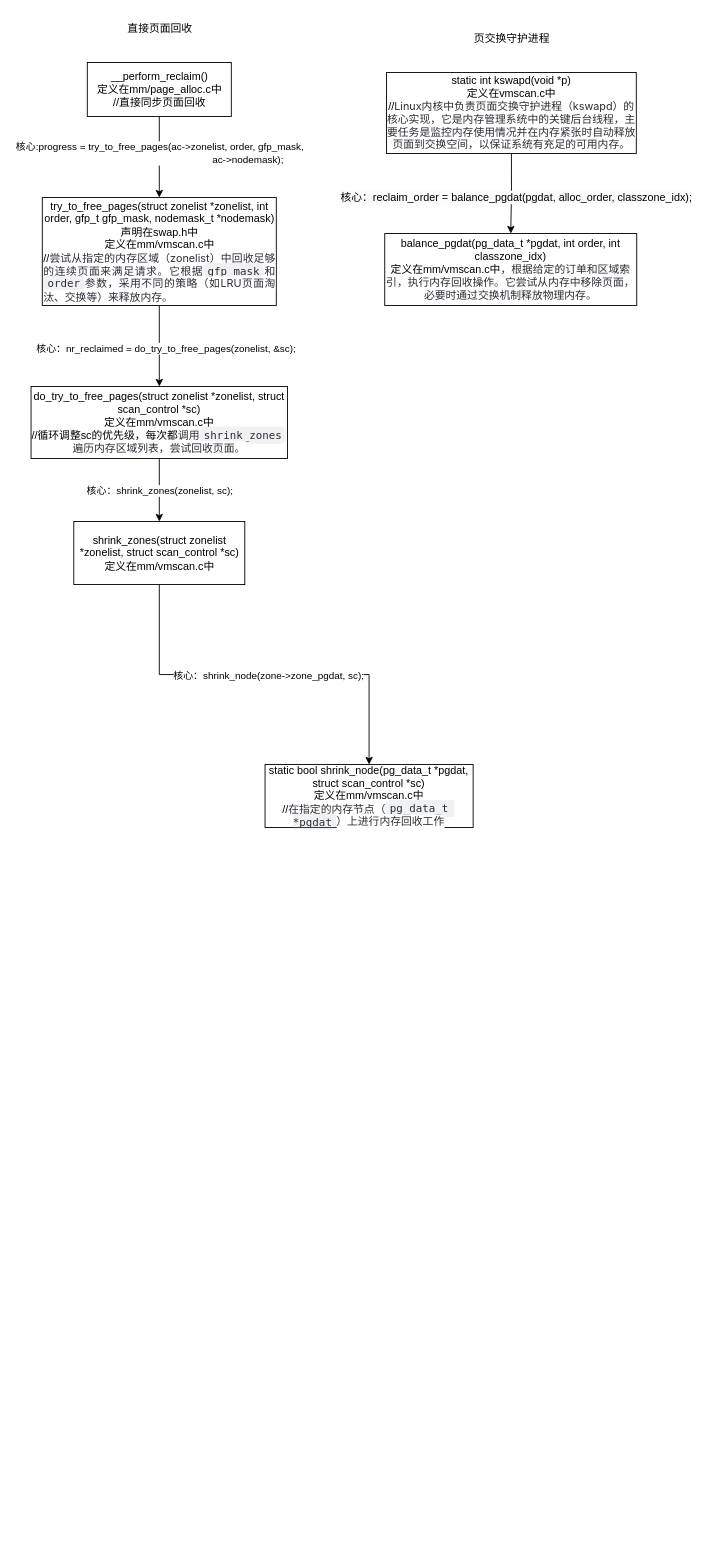
This is 2024/Lab1.drawio from AAAdrift/AAAdrift.github.io, a draw.io file, before an edit. Source tidied: cells renumbered, new cells numbered last; positions are measured from the earlier drawing's top-left corner, leaving out a move shared by most shapes. Both pictures are drawn from the tidied source at 90%, with x=0, y=0 at pixel (31, 15).
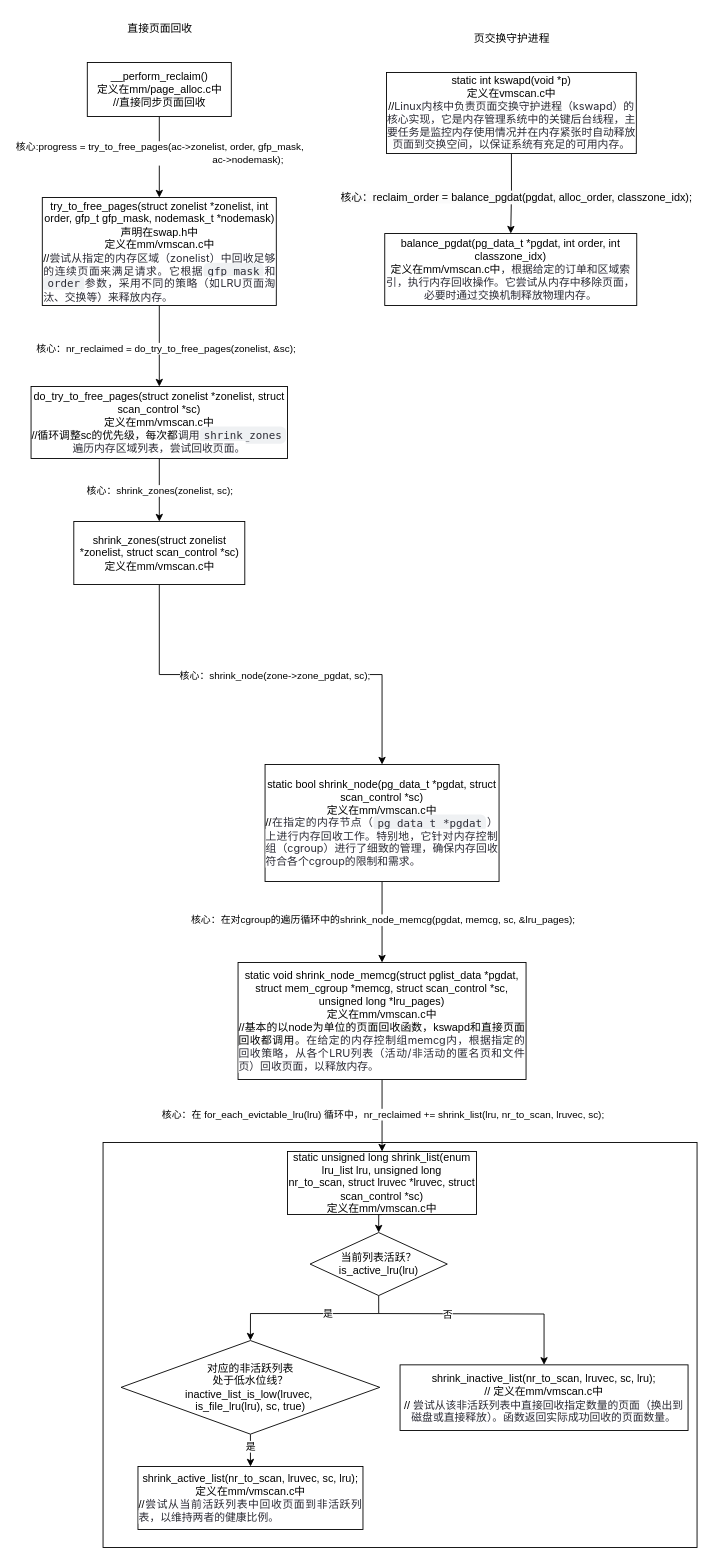
Above is the later version.

Diff of the diagram source:
```diff
@@
+    <mxCell id="21" style="rounded=0;whiteSpace=wrap;html=1;labelBackgroundColor=none;textShadow=0;textOpacity=0;fillColor=none;" parent="1" vertex="1">
+      <mxGeometry x="80" y="1252" width="660" height="450" as="geometry" />
+    </mxCell>
@@
+    <mxCell id="22" style="edgeStyle=orthogonalEdgeStyle;rounded=0;jettySize=auto;html=1;exitX=0.5;exitY=1;exitDx=0;exitDy=0;entryX=0.5;entryY=0;entryDx=0;entryDy=0;" parent="1" edge="1" source="20" target="26">
+      <mxGeometry relative="1" as="geometry" />
+    </mxCell>
+    <mxCell id="23" value="核心：在对cgroup的遍历循环中的shrink_node_memcg(pgdat, memcg, sc, &amp;amp;lru_pages);" style="edgeLabel;html=1;align=center;verticalAlign=middle;" parent="22" vertex="1">
+      <mxGeometry x="-0.07" relative="1" as="geometry" />
+    </mxCell>
-    <mxCell id="20" value="static bool shrink_node(pg_data_t *pgdat, struct scan_control *sc)&lt;div&gt;定义在mm/vmscan.c中&lt;/div&gt;&lt;div&gt;//&lt;font style=&quot;font-size: 12px;&quot;&gt;&lt;span style=&quot;white-space-collapse: preserve; color: rgb(44, 44, 54); font-family: -apple-system, BlinkMacSystemFont, &amp;quot;Segoe UI&amp;quot;, &amp;quot;Noto Sans&amp;quot;, Helvetica, Arial, sans-serif, &amp;quot;Apple Color Emoji&amp;quot;, &amp;quot;Segoe UI Emoji&amp;quot;; text-align: start; background-color: rgb(255, 255, 255);&quot;&gt;在指定的内存节点（&lt;/span&gt;&lt;code style=&quot;white-space-collapse: break-spaces; box-sizing: border-box; --un-rotate: 0; --un-rotate-x: 0; --un-rotate-y: 0; --un-rotate-z: 0; --un-scale-x: 1; --un-scale-y: 1; --un-scale-z: 1; --un-skew-x: 0; --un-skew-y: 0; --un-translate-x: 0; --un-translate-y: 0; --un-translate-z: 0; --un-pan-x: ; --un-pan-y: ; --un-pinch-zoom: ; --un-scroll-snap-strictness: proximity; --un-ordinal: ; --un-slashed-zero: ; --un-numeric-figure: ; --un-numeric-spacing: ; --un-numeric-fraction: ; --un-border-spacing-x: 0; --un-border-spacing-y: 0; --un-ring-offset-shadow: 0 0 transparent; --un-ring-shadow: 0 0 transparent; --un-shadow-inset: ; --un-shadow: 0 0 transparent; --un-ring-inset: ; --un-ring-offset-width: 0px; --un-ring-offset-color: #fff; --un-ring-width: 0px; --un-ring-color: rgba(147,197,253,.5); --un-blur: ; --un-brightness: ; --un-contrast: ; --un-drop-shadow: ; --un-grayscale: ; --un-hue-rotate: ; --un-invert: ; --un-saturate: ; --un-sepia: ; --un-backdrop-blur: ; --un-backdrop-brightness: ; --un-backdrop-contrast: ; --un-backdrop-grayscale: ; --un-backdrop-hue-rotate: ; --un-backdrop-invert: ; --un-backdrop-opacity: ; --un-backdrop-saturate: ; --un-backdrop-sepia: ; font-family: ui-monospace, SFMono-Regular, &amp;quot;SF Mono&amp;quot;, Menlo, Consolas, &amp;quot;Liberation Mono&amp;quot;, monospace; background-color: rgba(175, 184, 193, 0.2); border-radius: 6px; margin: 0px; padding: 0.2em 0.4em; color: rgb(44, 44, 54); text-align: start;&quot;&gt;pg_data_t *pgdat&lt;/code&gt;&lt;span style=&quot;white-space-collapse: preserve; color: rgb(44, 44, 54); font-family: -apple-system, BlinkMacSystemFont, &amp;quot;Segoe UI&amp;quot;, &amp;quot;Noto Sans&amp;quot;, Helvetica, Arial, sans-serif, &amp;quot;Apple Color Emoji&amp;quot;, &amp;quot;Segoe UI Emoji&amp;quot;; text-align: start; background-color: rgb(255, 255, 255);&quot;&gt;）上进行内存回收工作&lt;/span&gt;&lt;/font&gt;&lt;/div&gt;" style="rounded=0;whiteSpace=wrap;html=1;" parent="1" vertex="1">
-      <mxGeometry x="260" y="832" width="231.2" height="70" as="geometry" />
+    <mxCell id="20" value="static bool shrink_node(pg_data_t *pgdat, struct scan_control *sc)&lt;div&gt;定义在mm/vmscan.c中&lt;/div&gt;&lt;div style=&quot;text-align: justify;&quot;&gt;//&lt;font style=&quot;font-size: 12px;&quot;&gt;&lt;span style=&quot;white-space-collapse: preserve; color: rgb(44, 44, 54); font-family: -apple-system, BlinkMacSystemFont, &amp;quot;Segoe UI&amp;quot;, &amp;quot;Noto Sans&amp;quot;, Helvetica, Arial, sans-serif, &amp;quot;Apple Color Emoji&amp;quot;, &amp;quot;Segoe UI Emoji&amp;quot;; text-align: start; background-color: rgb(255, 255, 255);&quot;&gt;在指定的内存节点（&lt;/span&gt;&lt;code style=&quot;white-space-collapse: break-spaces; box-sizing: border-box; --un-rotate: 0; --un-rotate-x: 0; --un-rotate-y: 0; --un-rotate-z: 0; --un-scale-x: 1; --un-scale-y: 1; --un-scale-z: 1; --un-skew-x: 0; --un-skew-y: 0; --un-translate-x: 0; --un-translate-y: 0; --un-translate-z: 0; --un-pan-x: ; --un-pan-y: ; --un-pinch-zoom: ; --un-scroll-snap-strictness: proximity; --un-ordinal: ; --un-slashed-zero: ; --un-numeric-figure: ; --un-numeric-spacing: ; --un-numeric-fraction: ; --un-border-spacing-x: 0; --un-border-spacing-y: 0; --un-ring-offset-shadow: 0 0 transparent; --un-ring-shadow: 0 0 transparent; --un-shadow-inset: ; --un-shadow: 0 0 transparent; --un-ring-inset: ; --un-ring-offset-width: 0px; --un-ring-offset-color: #fff; --un-ring-width: 0px; --un-ring-color: rgba(147,197,253,.5); --un-blur: ; --un-brightness: ; --un-contrast: ; --un-drop-shadow: ; --un-grayscale: ; --un-hue-rotate: ; --un-invert: ; --un-saturate: ; --un-sepia: ; --un-backdrop-blur: ; --un-backdrop-brightness: ; --un-backdrop-contrast: ; --un-backdrop-grayscale: ; --un-backdrop-hue-rotate: ; --un-backdrop-invert: ; --un-backdrop-opacity: ; --un-backdrop-saturate: ; --un-backdrop-sepia: ; font-family: ui-monospace, SFMono-Regular, &amp;quot;SF Mono&amp;quot;, Menlo, Consolas, &amp;quot;Liberation Mono&amp;quot;, monospace; background-color: rgba(175, 184, 193, 0.2); border-radius: 6px; margin: 0px; padding: 0.2em 0.4em; color: rgb(44, 44, 54); text-align: start;&quot;&gt;pg_data_t *pgdat&lt;/code&gt;&lt;span style=&quot;white-space-collapse: preserve; color: rgb(44, 44, 54); font-family: -apple-system, BlinkMacSystemFont, &amp;quot;Segoe UI&amp;quot;, &amp;quot;Noto Sans&amp;quot;, Helvetica, Arial, sans-serif, &amp;quot;Apple Color Emoji&amp;quot;, &amp;quot;Segoe UI Emoji&amp;quot;; text-align: start; background-color: rgb(255, 255, 255);&quot;&gt;）上进行内存回收工作。&lt;/span&gt;&lt;/font&gt;&lt;span style=&quot;background-color: rgb(255, 255, 255); color: rgb(44, 44, 54); font-family: -apple-system, BlinkMacSystemFont, &amp;quot;Segoe UI&amp;quot;, &amp;quot;Noto Sans&amp;quot;, Helvetica, Arial, sans-serif, &amp;quot;Apple Color Emoji&amp;quot;, &amp;quot;Segoe UI Emoji&amp;quot;; text-align: start; white-space-collapse: preserve;&quot;&gt;特别地，它针对内存控制组（cgroup）进行了细致的管理，确保内存回收符合各个cgroup的限制和需求。&lt;/span&gt;&lt;/div&gt;" style="rounded=0;whiteSpace=wrap;html=1;" parent="1" vertex="1">
+      <mxGeometry x="260" y="832" width="260" height="130" as="geometry" />
     </mxCell>
+    <mxCell id="24" style="edgeStyle=orthogonalEdgeStyle;rounded=0;jettySize=auto;html=1;exitX=0.5;exitY=1;exitDx=0;exitDy=0;" parent="1" edge="1" source="26" target="28">
+      <mxGeometry relative="1" as="geometry" />
+    </mxCell>
+    <mxCell id="25" value="&lt;div&gt;核心：在 for_each_evictable_lru(lru) 循环中，nr_reclaimed += shrink_list(lru, nr_to_scan, lruvec, sc);&lt;/div&gt;" style="edgeLabel;html=1;align=center;verticalAlign=middle;" parent="24" vertex="1">
+      <mxGeometry x="-0.04" relative="1" as="geometry" />
+    </mxCell>
+    <mxCell id="26" value="&lt;div&gt;static void shrink_node_memcg(struct pglist_data *pgdat, struct mem_cgroup *memcg,&lt;span style=&quot;background-color: initial;&quot;&gt;&amp;nbsp;struct scan_control *sc, unsigned long *lru_pages)&lt;/span&gt;&lt;/div&gt;&lt;div&gt;&lt;span style=&quot;background-color: initial;&quot;&gt;定义在mm/vmscan.c中&lt;/span&gt;&lt;/div&gt;&lt;div style=&quot;text-align: justify;&quot;&gt;//基本的以node为单位的页面回收函数，kswapd和直接页面回收都调用。&lt;span style=&quot;background-color: rgb(255, 255, 255); color: rgb(44, 44, 54); font-family: -apple-system, BlinkMacSystemFont, &amp;quot;Segoe UI&amp;quot;, &amp;quot;Noto Sans&amp;quot;, Helvetica, Arial, sans-serif, &amp;quot;Apple Color Emoji&amp;quot;, &amp;quot;Segoe UI Emoji&amp;quot;; text-align: left;&quot;&gt;&lt;font style=&quot;font-size: 12px;&quot;&gt;在给定的内存控制组memcg内，根据指定的回收策略，从各个LRU列表（活动/非活动的匿名页和文件页）回收页面，以释放内存。&lt;/font&gt;&lt;/span&gt;&lt;/div&gt;" style="rounded=0;whiteSpace=wrap;html=1;" parent="1" vertex="1">
+      <mxGeometry x="230" y="1052" width="320" height="130" as="geometry" />
+    </mxCell>
+    <mxCell id="27" style="edgeStyle=orthogonalEdgeStyle;rounded=0;jettySize=auto;html=1;exitX=0.5;exitY=1;exitDx=0;exitDy=0;entryX=0.5;entryY=0;entryDx=0;entryDy=0;" parent="1" edge="1" source="28" target="33">
+      <mxGeometry relative="1" as="geometry" />
+    </mxCell>
+    <mxCell id="28" value="&lt;div&gt;static unsigned long shrink_list(enum lru_list lru, unsigned long nr_to_scan,&lt;span style=&quot;background-color: initial;&quot;&gt;&amp;nbsp;struct lruvec *lruvec, struct scan_control *sc)&lt;/span&gt;&lt;/div&gt;&lt;div&gt;&lt;span style=&quot;background-color: initial;&quot;&gt;定义在mm/vmscan.c中&lt;/span&gt;&lt;/div&gt;" style="rounded=0;whiteSpace=wrap;html=1;" parent="1" vertex="1">
+      <mxGeometry x="285" y="1262" width="210" height="70" as="geometry" />
+    </mxCell>
+    <mxCell id="29" style="edgeStyle=orthogonalEdgeStyle;rounded=0;jettySize=auto;html=1;exitX=0.5;exitY=1;exitDx=0;exitDy=0;entryX=0.5;entryY=0;entryDx=0;entryDy=0;" parent="1" edge="1" source="33" target="37">
+      <mxGeometry relative="1" as="geometry">
+        <Array as="points">
+          <mxPoint x="386" y="1442" />
+          <mxPoint x="244" y="1442" />
+        </Array>
+      </mxGeometry>
+    </mxCell>
+    <mxCell id="30" value="是" style="edgeLabel;html=1;align=center;verticalAlign=middle;" parent="29" vertex="1">
+      <mxGeometry x="-0.2" y="-1" relative="1" as="geometry" />
+    </mxCell>
+    <mxCell id="31" style="edgeStyle=orthogonalEdgeStyle;rounded=0;jettySize=auto;html=1;exitX=0.5;exitY=1;exitDx=0;exitDy=0;entryX=0.5;entryY=0;entryDx=0;entryDy=0;" parent="1" edge="1" target="38">
+      <mxGeometry relative="1" as="geometry">
+        <mxPoint x="386.2" y="1442" as="sourcePoint" />
+      </mxGeometry>
+    </mxCell>
+    <mxCell id="32" value="否" style="edgeLabel;html=1;align=center;verticalAlign=middle;" parent="31" vertex="1">
+      <mxGeometry x="0.1" y="3" relative="1" as="geometry">
+        <mxPoint x="-56" y="3" as="offset" />
+      </mxGeometry>
+    </mxCell>
+    <mxCell id="33" value="当前列表活跃？&lt;div&gt;is_active_lru(lru)&lt;br&gt;&lt;/div&gt;" style="rhombus;whiteSpace=wrap;html=1;" parent="1" vertex="1">
+      <mxGeometry x="310" y="1352" width="152.5" height="70" as="geometry" />
+    </mxCell>
+    <mxCell id="34" value="&lt;div style=&quot;&quot;&gt;&lt;span style=&quot;background-color: initial;&quot;&gt;shrink_active_list(nr_to_scan, lruvec, sc, lru);&lt;/span&gt;&lt;/div&gt;&lt;div style=&quot;&quot;&gt;&lt;span style=&quot;background-color: initial;&quot;&gt;定义在mm/vmscan.c中&lt;/span&gt;&lt;/div&gt;&lt;div style=&quot;text-align: justify;&quot;&gt;//&lt;span style=&quot;background-color: rgb(255, 255, 255); color: rgb(44, 44, 54); font-family: -apple-system, BlinkMacSystemFont, &amp;quot;Segoe UI&amp;quot;, &amp;quot;Noto Sans&amp;quot;, Helvetica, Arial, sans-serif, &amp;quot;Apple Color Emoji&amp;quot;, &amp;quot;Segoe UI Emoji&amp;quot;; text-align: left;&quot;&gt;&lt;font style=&quot;font-size: 12px;&quot;&gt;尝试从当前活跃列表中回收页面到非活跃列表，以维持两者的健康比例。&lt;/font&gt;&lt;/span&gt;&lt;/div&gt;" style="rounded=0;whiteSpace=wrap;html=1;" parent="1" vertex="1">
+      <mxGeometry x="118.8" y="1612" width="250" height="70" as="geometry" />
+    </mxCell>
+    <mxCell id="35" style="edgeStyle=orthogonalEdgeStyle;rounded=0;jettySize=auto;html=1;exitX=0.5;exitY=1;exitDx=0;exitDy=0;entryX=0.5;entryY=0;entryDx=0;entryDy=0;" parent="1" edge="1" source="37" target="34">
+      <mxGeometry relative="1" as="geometry" />
+    </mxCell>
+    <mxCell id="36" value="是" style="edgeLabel;html=1;align=center;verticalAlign=middle;" parent="35" vertex="1">
+      <mxGeometry x="-0.2" relative="1" as="geometry" />
+    </mxCell>
+    <mxCell id="37" value="对应的非活跃列表&lt;div&gt;处于低水位线？&lt;div&gt;inactive_list_is_low(lruvec,&amp;nbsp;&lt;/div&gt;&lt;div&gt;is_file_lru(lru),&amp;nbsp;&lt;span style=&quot;background-color: initial;&quot;&gt;sc, true)&lt;/span&gt;&lt;/div&gt;&lt;/div&gt;" style="rhombus;whiteSpace=wrap;html=1;" parent="1" vertex="1">
+      <mxGeometry x="100" y="1472" width="287.5" height="104" as="geometry" />
+    </mxCell>
+    <mxCell id="38" value="shrink_inactive_list(nr_to_scan, lruvec, sc, lru);&lt;div&gt;// 定义在mm/vmscan.c中&lt;br&gt;&lt;div&gt;//&amp;nbsp;&lt;span style=&quot;background-color: rgb(255, 255, 255); color: rgb(44, 44, 54); font-family: -apple-system, BlinkMacSystemFont, &amp;quot;Segoe UI&amp;quot;, &amp;quot;Noto Sans&amp;quot;, Helvetica, Arial, sans-serif, &amp;quot;Apple Color Emoji&amp;quot;, &amp;quot;Segoe UI Emoji&amp;quot;; text-align: left;&quot;&gt;&lt;font style=&quot;font-size: 12px;&quot;&gt;尝试从该非活跃列表中直接回收指定数量的页面（换出到磁盘或直接释放）。函数返回实际成功回收的页面数量。&lt;/font&gt;&lt;/span&gt;&lt;/div&gt;&lt;/div&gt;" style="rounded=0;whiteSpace=wrap;html=1;" parent="1" vertex="1">
+      <mxGeometry x="410" y="1499" width="320" height="73" as="geometry" />
+    </mxCell>
```
